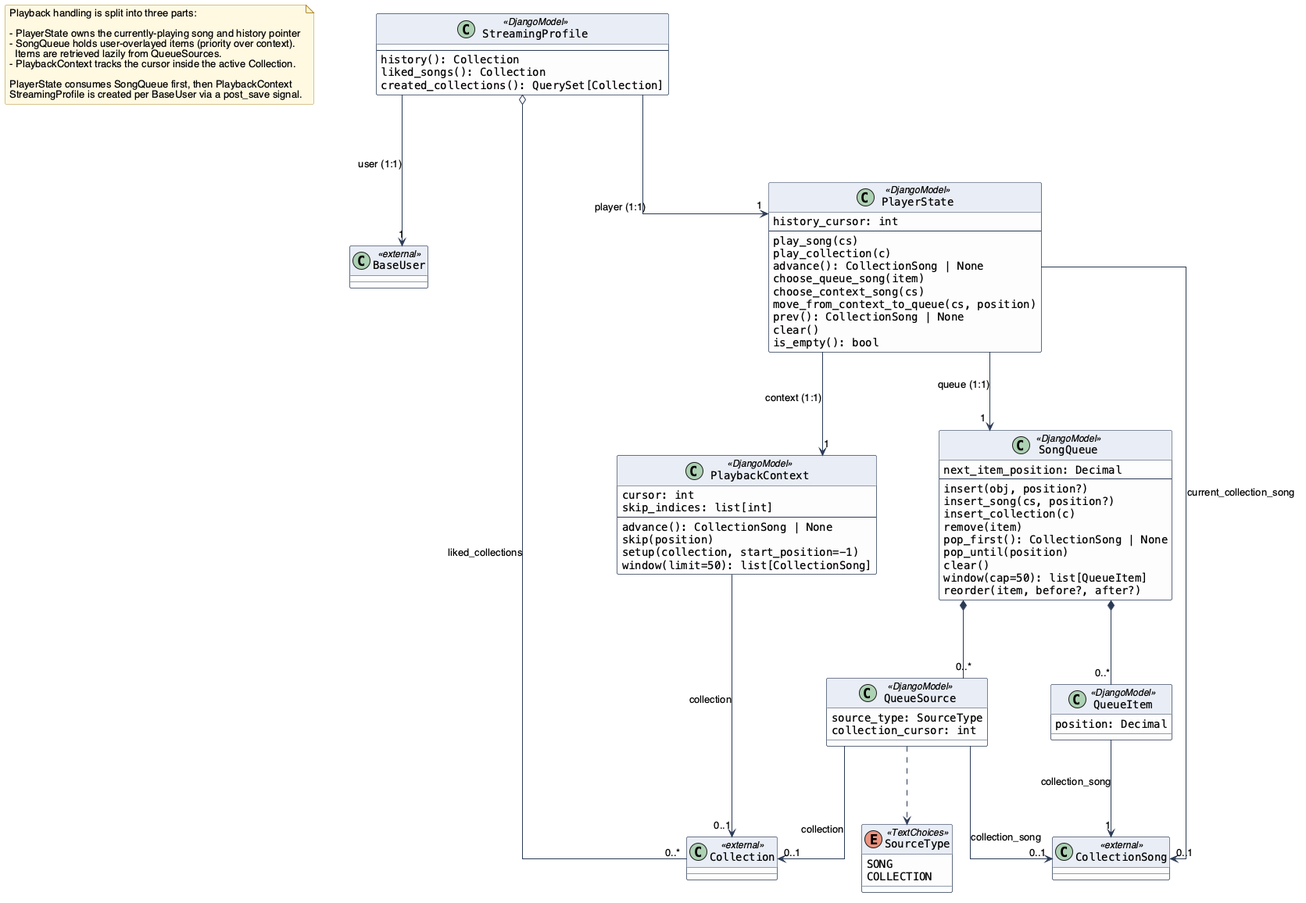
Earlier version of the PlantUML export text/diagrams/PlaybackClassDiagram.png (ddrddrr/musikk).
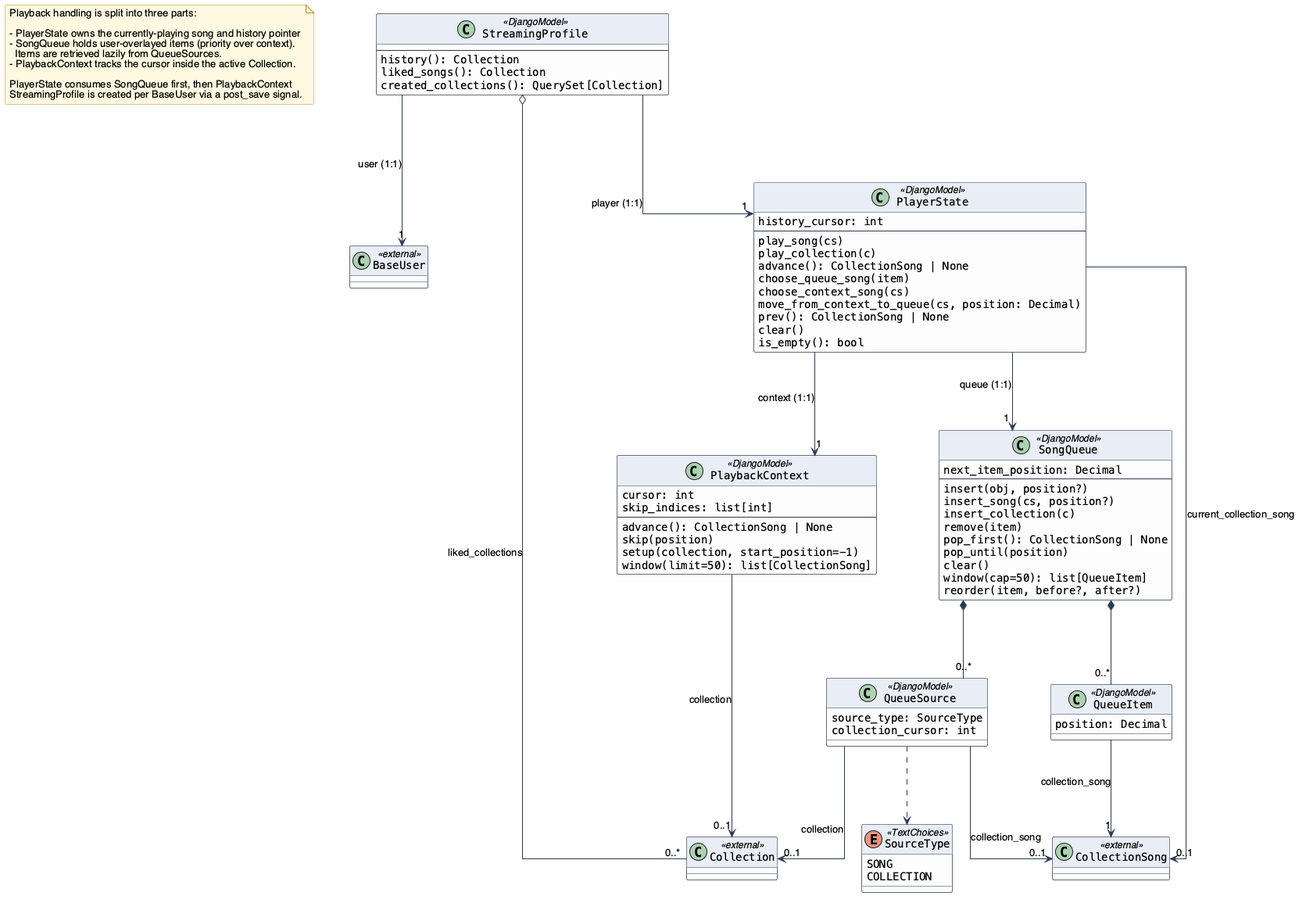
Later version of the same file.

The edit, as a diff of the source:
```diff
@@ -38,7 +38,7 @@
     advance(): CollectionSong | None
     choose_queue_song(item)
     choose_context_song(cs)
-    move_from_context_to_queue(cs, position)
+    move_from_context_to_queue(cs, position: Decimal)
     prev(): CollectionSong | None
     clear()
     is_empty(): bool
```
